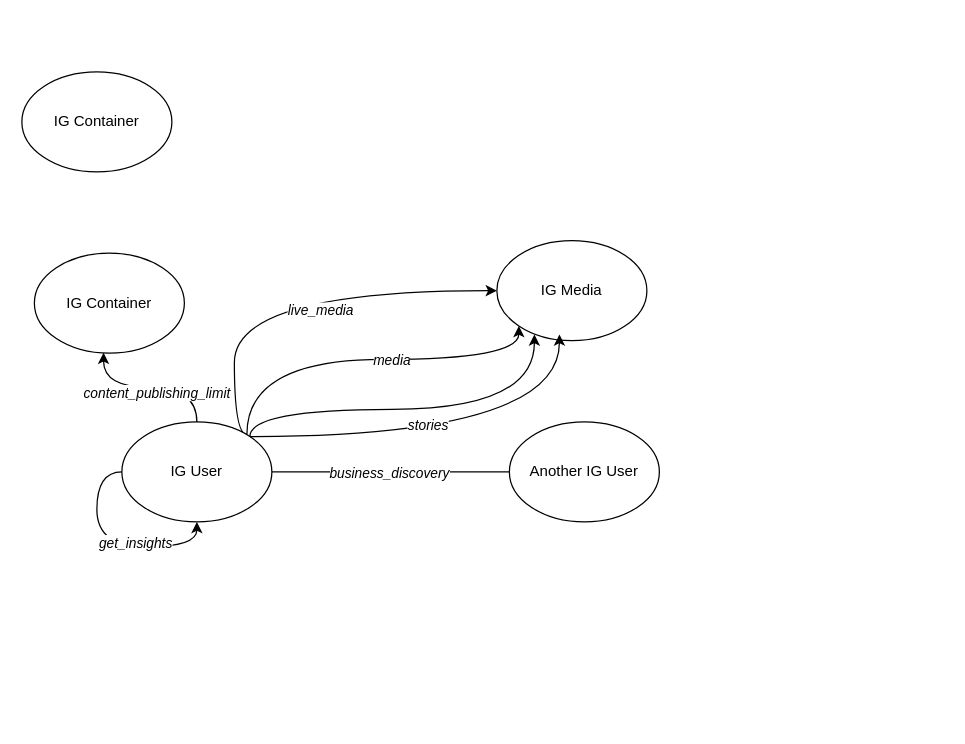
Above: semester2/matematika-diskrit-2/Untitled Diagram.drawio in jovianka/algorithm-flowcharts (draw.io), before the change. Source tidied: cells renumbered, new cells numbered last; positions are measured from the earlier drawing's top-left corner, leaving out a move shared by most shapes. Both pictures are drawn from the tidied source at 125%, with x=0, y=0 at pixel (21, 71).
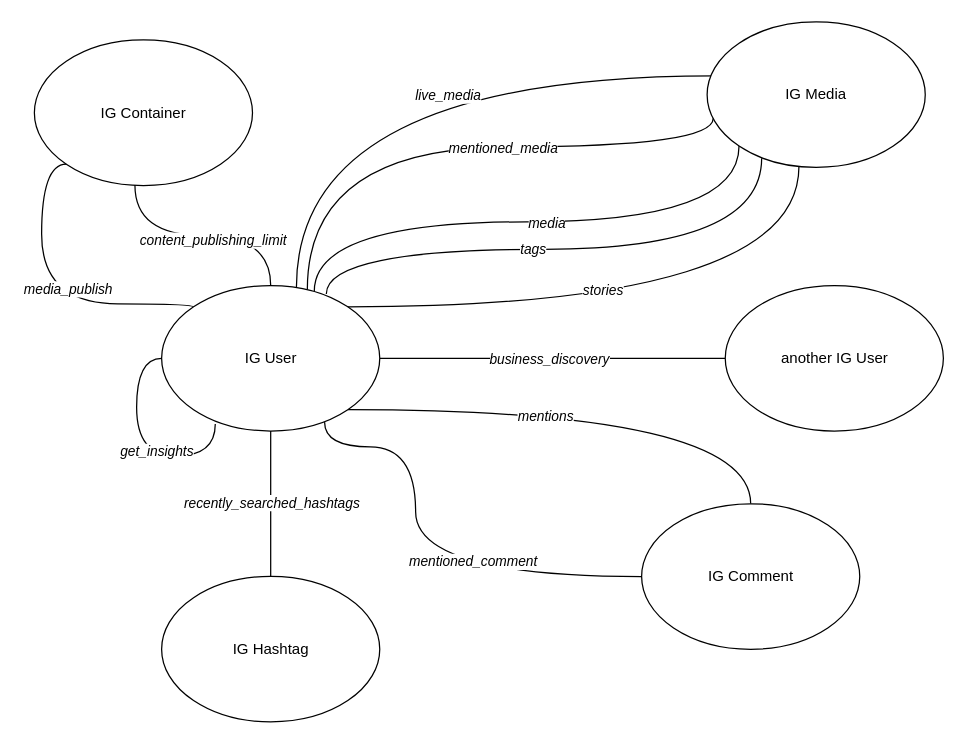
Above is the later version.

Diff of the diagram source:
```diff
@@
+    <mxCell id="20" style="group;" parent="1" vertex="1">
+      <mxGeometry x="10" y="-40" width="727.3" height="560" as="geometry" />
+    </mxCell>
-    <mxCell id="2" style="edgeStyle=orthogonalEdgeStyle;rounded=0;jettySize=auto;html=1;entryX=0;entryY=0.5;entryDx=0;entryDy=0;endArrow=none;endFill=0;curved=1;" parent="1" edge="1" source="6" target="7">
+    <mxCell id="2" style="edgeStyle=orthogonalEdgeStyle;rounded=0;jettySize=auto;html=1;entryX=0;entryY=0.5;entryDx=0;entryDy=0;endArrow=none;endFill=0;curved=1;" parent="20" edge="1" source="6" target="7">
       <mxGeometry relative="1" as="geometry" />
     </mxCell>
@@
-    <mxCell id="4" style="edgeStyle=orthogonalEdgeStyle;rounded=0;jettySize=auto;html=1;entryX=0;entryY=0.5;entryDx=0;entryDy=0;curved=1;" parent="1" edge="1" target="14">
+    <mxCell id="4" style="edgeStyle=orthogonalEdgeStyle;rounded=0;jettySize=auto;html=1;entryX=0.036;entryY=0.371;entryDx=0;entryDy=0;curved=1;entryPerimeter=0;endArrow=none;endFill=0;exitX=0.618;exitY=0.013;exitDx=0;exitDy=0;exitPerimeter=0;" parent="20" edge="1" source="6" target="14">
       <mxGeometry relative="1" as="geometry">
-        <mxPoint x="180" y="290" as="sourcePoint" />
         <Array as="points">
-          <mxPoint x="170" y="175" />
+          <mxPoint x="210" y="43" />
         </Array>
       </mxGeometry>
     </mxCell>
@@
+    <mxCell id="21" style="edgeStyle=orthogonalEdgeStyle;rounded=0;jettySize=auto;html=1;exitX=1;exitY=1;exitDx=0;exitDy=0;entryX=0.5;entryY=0;entryDx=0;entryDy=0;curved=1;endArrow=none;endFill=0;" parent="20" edge="1" source="6" target="32">
+      <mxGeometry relative="1" as="geometry" />
+    </mxCell>
+    <mxCell id="22" value="&lt;i&gt;mentions&lt;/i&gt;" style="edgeLabel;html=1;align=center;verticalAlign=middle;" parent="21" vertex="1">
+      <mxGeometry x="-0.2" y="-7" relative="1" as="geometry">
+        <mxPoint x="-1" y="-2" as="offset" />
+      </mxGeometry>
+    </mxCell>
+    <mxCell id="23" style="edgeStyle=orthogonalEdgeStyle;rounded=0;jettySize=auto;html=1;exitX=0.747;exitY=0.939;exitDx=0;exitDy=0;entryX=0;entryY=0.5;entryDx=0;entryDy=0;curved=1;endArrow=none;endFill=0;exitPerimeter=0;" parent="20" edge="1" source="6" target="32">
+      <mxGeometry relative="1" as="geometry">
+        <Array as="points">
+          <mxPoint x="232" y="340" />
+          <mxPoint x="305" y="340" />
+          <mxPoint x="305" y="444" />
+        </Array>
+      </mxGeometry>
+    </mxCell>
+    <mxCell id="24" value="&lt;i&gt;mentioned_comment&lt;/i&gt;" style="edgeLabel;html=1;align=center;verticalAlign=middle;" parent="23" vertex="1">
+      <mxGeometry x="-0.15" y="9" relative="1" as="geometry">
+        <mxPoint x="36" y="24" as="offset" />
+      </mxGeometry>
+    </mxCell>
+    <mxCell id="25" style="edgeStyle=orthogonalEdgeStyle;rounded=0;jettySize=auto;html=1;exitX=0.668;exitY=0.028;exitDx=0;exitDy=0;entryX=0.028;entryY=0.662;entryDx=0;entryDy=0;entryPerimeter=0;curved=1;endArrow=none;endFill=0;exitPerimeter=0;" parent="20" edge="1" source="6" target="14">
+      <mxGeometry relative="1" as="geometry">
+        <Array as="points">
+          <mxPoint x="218" y="100" />
+          <mxPoint x="543" y="100" />
+        </Array>
+      </mxGeometry>
+    </mxCell>
+    <mxCell id="26" value="&lt;i&gt;mentioned_media&lt;/i&gt;" style="edgeLabel;html=1;align=center;verticalAlign=middle;" parent="25" vertex="1">
+      <mxGeometry x="0.17" y="-8" relative="1" as="geometry">
+        <mxPoint y="-8" as="offset" />
+      </mxGeometry>
+    </mxCell>
+    <mxCell id="27" style="edgeStyle=orthogonalEdgeStyle;rounded=0;jettySize=auto;html=1;entryX=0.5;entryY=0;entryDx=0;entryDy=0;endArrow=none;endFill=0;curved=1;" parent="20" edge="1" source="6" target="33">
+      <mxGeometry relative="1" as="geometry" />
+    </mxCell>
+    <mxCell id="28" value="&lt;i&gt;recently_searched_hashtags&lt;/i&gt;" style="edgeLabel;html=1;align=center;verticalAlign=middle;" parent="27" vertex="1">
+      <mxGeometry x="-0.04" relative="1" as="geometry">
+        <mxPoint y="1" as="offset" />
+      </mxGeometry>
+    </mxCell>
-    <mxCell id="6" value="IG User" style="ellipse;whiteSpace=wrap;html=1;" parent="1" vertex="1">
-      <mxGeometry x="80" y="280" width="120" height="80" as="geometry" />
+    <mxCell id="6" value="IG User" style="ellipse;whiteSpace=wrap;html=1;" parent="20" vertex="1">
+      <mxGeometry x="101.8" y="210.9" width="174.5" height="116.4" as="geometry" />
     </mxCell>
-    <mxCell id="7" value="Another IG User" style="ellipse;whiteSpace=wrap;html=1;" parent="1" vertex="1">
-      <mxGeometry x="390" y="280" width="120" height="80" as="geometry" />
+    <mxCell id="7" value="another IG User" style="ellipse;whiteSpace=wrap;html=1;" parent="20" vertex="1">
+      <mxGeometry x="552.7" y="210.9" width="174.5" height="116.4" as="geometry" />
     </mxCell>
-    <mxCell id="8" style="edgeStyle=orthogonalEdgeStyle;rounded=0;orthogonalLoop=1;jettySize=auto;html=1;exitX=0;exitY=0.5;exitDx=0;exitDy=0;curved=1;" parent="1" edge="1" source="6" target="6">
+    <mxCell id="8" style="edgeStyle=orthogonalEdgeStyle;rounded=0;orthogonalLoop=1;jettySize=auto;html=1;exitX=0;exitY=0.5;exitDx=0;exitDy=0;curved=1;endArrow=none;endFill=0;entryX=0.246;entryY=0.952;entryDx=0;entryDy=0;entryPerimeter=0;" parent="20" edge="1" source="6" target="6">
       <mxGeometry relative="1" as="geometry" />
     </mxCell>
@@
-    <mxCell id="10" value="IG Container" style="ellipse;whiteSpace=wrap;html=1;" parent="1" vertex="1">
-      <mxGeometry x="10" y="145" width="120" height="80" as="geometry" />
+    <mxCell id="10" value="IG Container" style="ellipse;whiteSpace=wrap;html=1;" parent="20" vertex="1">
+      <mxGeometry y="14.5" width="174.5" height="116.4" as="geometry" />
     </mxCell>
-    <mxCell id="11" style="edgeStyle=orthogonalEdgeStyle;rounded=0;jettySize=auto;html=1;entryX=0.461;entryY=0.996;entryDx=0;entryDy=0;entryPerimeter=0;curved=1;" parent="1" edge="1" source="6" target="10">
+    <mxCell id="11" style="edgeStyle=orthogonalEdgeStyle;rounded=0;jettySize=auto;html=1;entryX=0.461;entryY=0.996;entryDx=0;entryDy=0;entryPerimeter=0;curved=1;endArrow=none;endFill=0;" parent="20" edge="1" source="6" target="10">
       <mxGeometry relative="1" as="geometry" />
     </mxCell>
@@
-    <mxCell id="13" value="IG Container" style="ellipse;whiteSpace=wrap;html=1;" parent="1" vertex="1">
-      <mxGeometry width="120" height="80" as="geometry" />
-    </mxCell>
-    <mxCell id="14" value="IG Media" style="ellipse;whiteSpace=wrap;html=1;" parent="1" vertex="1">
-      <mxGeometry x="380" y="135" width="120" height="80" as="geometry" />
+    <mxCell id="14" value="IG Media" style="ellipse;whiteSpace=wrap;html=1;" parent="20" vertex="1">
+      <mxGeometry x="538.2" width="174.5" height="116.4" as="geometry" />
     </mxCell>
-    <mxCell id="15" style="edgeStyle=orthogonalEdgeStyle;rounded=0;jettySize=auto;html=1;entryX=0;entryY=1;entryDx=0;entryDy=0;curved=1;" parent="1" edge="1" target="14">
+    <mxCell id="15" style="edgeStyle=orthogonalEdgeStyle;rounded=0;jettySize=auto;html=1;entryX=0;entryY=1;entryDx=0;entryDy=0;curved=1;endArrow=none;endFill=0;exitX=0.7;exitY=0.038;exitDx=0;exitDy=0;exitPerimeter=0;" parent="20" edge="1" source="6" target="14">
       <mxGeometry relative="1" as="geometry">
-        <mxPoint x="180" y="290" as="sourcePoint" />
         <Array as="points">
-          <mxPoint x="180" y="230" />
-          <mxPoint x="398" y="230" />
+          <mxPoint x="224" y="160" />
+          <mxPoint x="564" y="160" />
         </Array>
       </mxGeometry>
     </mxCell>
     <mxCell id="16" value="&lt;i&gt;media&lt;/i&gt;" style="edgeLabel;html=1;align=center;verticalAlign=middle;" parent="15" vertex="1">
-      <mxGeometry x="0.15" y="-15" relative="1" as="geometry">
-        <mxPoint y="-15" as="offset" />
+      <mxGeometry x="-0.16" y="2" relative="1" as="geometry">
+        <mxPoint x="50" y="2" as="offset" />
       </mxGeometry>
     </mxCell>
-    <mxCell id="17" style="edgeStyle=orthogonalEdgeStyle;rounded=0;jettySize=auto;html=1;exitX=1;exitY=0;exitDx=0;exitDy=0;entryX=0.417;entryY=0.938;entryDx=0;entryDy=0;entryPerimeter=0;curved=1;" parent="1" edge="1" source="6" target="14">
+    <mxCell id="17" style="edgeStyle=orthogonalEdgeStyle;rounded=0;jettySize=auto;html=1;exitX=1;exitY=0;exitDx=0;exitDy=0;curved=1;entryX=0.421;entryY=0.993;entryDx=0;entryDy=0;entryPerimeter=0;endArrow=none;endFill=0;" parent="20" edge="1" source="6" target="14">
       <mxGeometry relative="1" as="geometry" />
     </mxCell>
     <mxCell id="18" value="&lt;i&gt;stories&lt;/i&gt;" style="edgeLabel;html=1;align=center;verticalAlign=middle;" parent="17" vertex="1">
-      <mxGeometry x="-0.14" y="9" relative="1" as="geometry" />
+      <mxGeometry x="-0.14" y="9" relative="1" as="geometry">
+        <mxPoint y="-4" as="offset" />
+      </mxGeometry>
     </mxCell>
-    <mxCell id="19" style="edgeStyle=orthogonalEdgeStyle;rounded=0;jettySize=auto;html=1;exitX=1;exitY=0;exitDx=0;exitDy=0;entryX=0.25;entryY=0.938;entryDx=0;entryDy=0;entryPerimeter=0;curved=1;" parent="1" edge="1" source="6" target="14">
+    <mxCell id="19" style="edgeStyle=orthogonalEdgeStyle;rounded=0;jettySize=auto;html=1;exitX=0.755;exitY=0.058;exitDx=0;exitDy=0;entryX=0.25;entryY=0.938;entryDx=0;entryDy=0;entryPerimeter=0;curved=1;endArrow=none;endFill=0;exitPerimeter=0;" parent="20" edge="1" source="6" target="14">
       <mxGeometry relative="1" as="geometry">
         <Array as="points">
-          <mxPoint x="182" y="270" />
-          <mxPoint x="410" y="270" />
+          <mxPoint x="582" y="182" />
         </Array>
       </mxGeometry>
     </mxCell>
+    <mxCell id="29" value="&lt;i&gt;tags&lt;/i&gt;" style="edgeLabel;html=1;align=center;verticalAlign=middle;" parent="19" vertex="1">
+      <mxGeometry x="-0.12" y="1" relative="1" as="geometry" />
+    </mxCell>
+    <mxCell id="30" style="edgeStyle=orthogonalEdgeStyle;rounded=0;jettySize=auto;html=1;exitX=0;exitY=0;exitDx=0;exitDy=0;entryX=0;entryY=1;entryDx=0;entryDy=0;curved=1;endArrow=none;endFill=0;" parent="20" edge="1" source="6" target="10">
+      <mxGeometry relative="1" as="geometry">
+        <Array as="points">
+          <mxPoint x="128" y="225.5" />
+          <mxPoint x="5.8" y="225.5" />
+          <mxPoint x="5.8" y="113.5" />
+        </Array>
+      </mxGeometry>
+    </mxCell>
+    <mxCell id="31" value="&lt;i&gt;media_publish&lt;/i&gt;" style="edgeLabel;html=1;align=center;verticalAlign=middle;" parent="30" vertex="1">
+      <mxGeometry x="-0.19" y="-12" relative="1" as="geometry" />
+    </mxCell>
+    <mxCell id="32" value="IG Comment" style="ellipse;whiteSpace=wrap;html=1;" parent="20" vertex="1">
+      <mxGeometry x="485.8" y="385.5" width="174.5" height="116.4" as="geometry" />
+    </mxCell>
+    <mxCell id="33" value="IG Hashtag" style="ellipse;whiteSpace=wrap;html=1;" parent="20" vertex="1">
+      <mxGeometry x="101.8" y="443.6" width="174.5" height="116.4" as="geometry" />
+    </mxCell>
```
